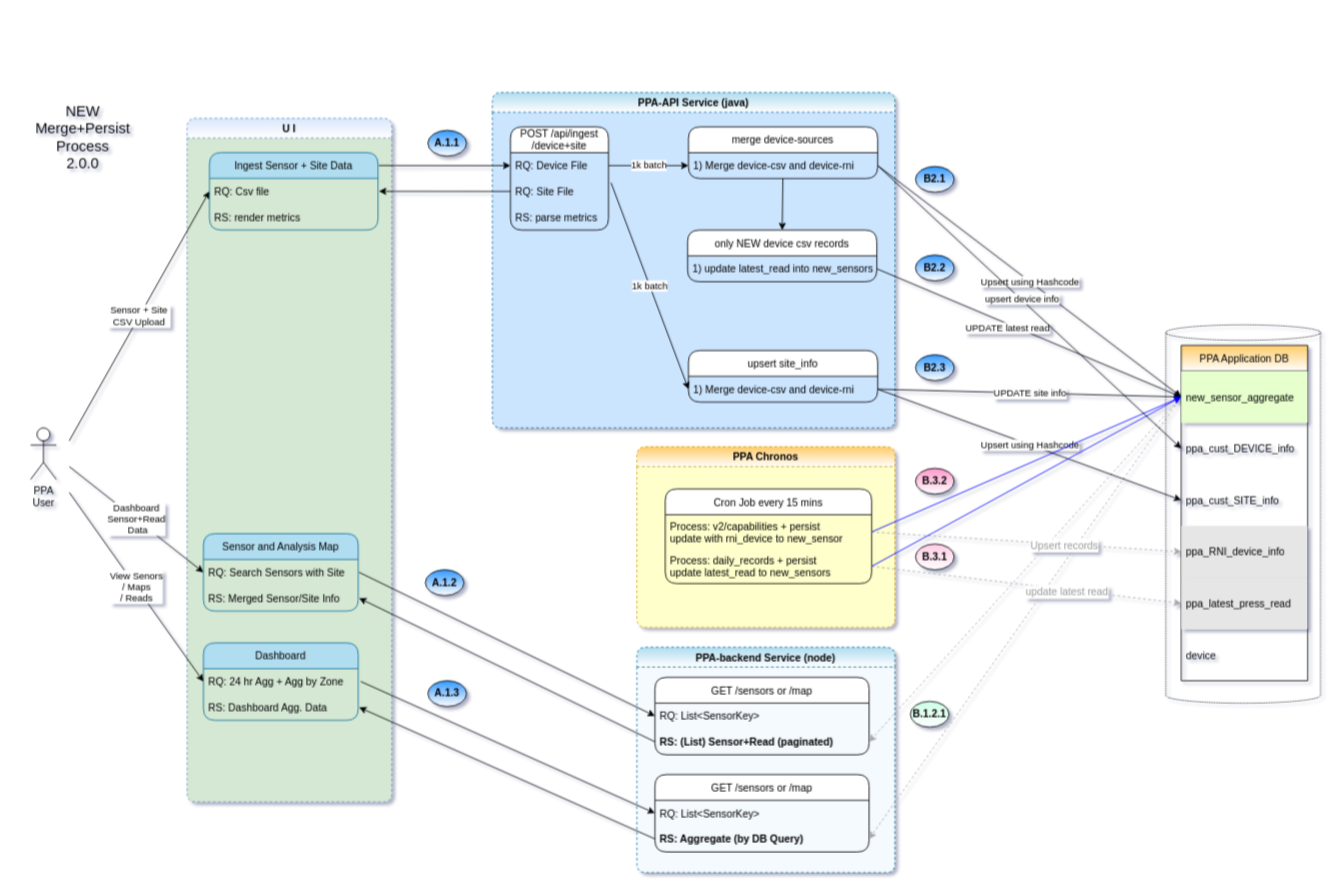
rajeshpv-common/my-drawio keeps this draw.io diagram as ppa/sensor-agg-MERGE-PERSIST-v1.drawio. Above is the earlier version. Source tidied: cells renumbered, new cells numbered last; positions are measured from the earlier drawing's top-left corner, leaving out a move shared by most shapes. Both pictures are drawn from the tidied source at 86%, with x=0, y=0 at pixel (18, 92).
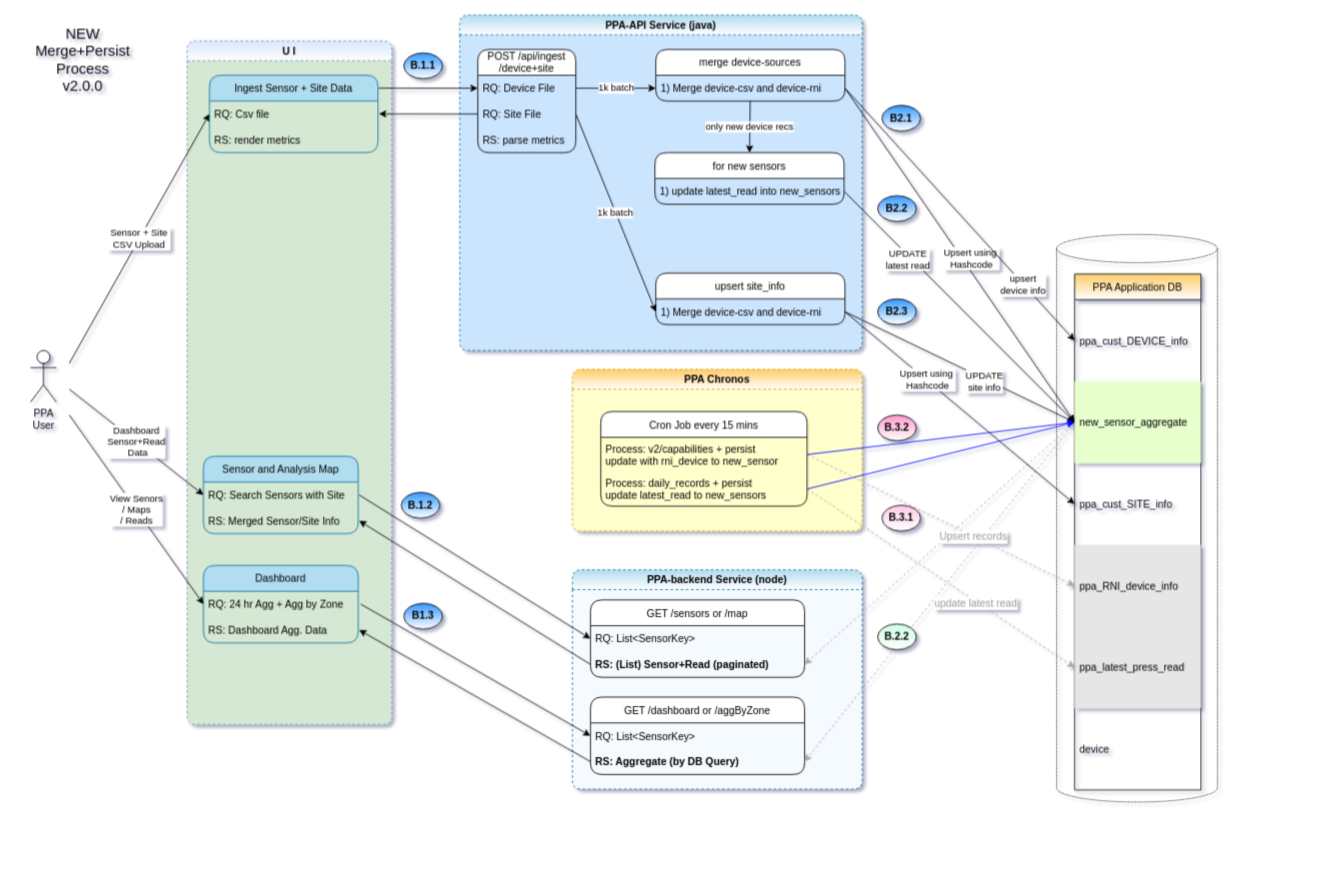
After the change.

Unchanged cells that the change refers to:
```xml
<mxCell id="5" value="RQ: List&lt;SensorKey&gt;" style="text;strokeColor=none;fillColor=none;align=left;verticalAlign=middle;spacingLeft=4;spacingRight=4;overflow=hidden;points=[[0,0.5],[1,0.5]];portConstraint=eastwest;rounded=1;" parent="4" vertex="1">
  <mxGeometry y="30" width="249" height="30" as="geometry" />
</mxCell>
<mxCell id="6" value="RS: (List) Sensor+Read (paginated) " style="text;strokeColor=none;fillColor=none;align=left;verticalAlign=middle;spacingLeft=4;spacingRight=4;overflow=hidden;points=[[0,0.5],[1,0.5]];portConstraint=eastwest;rounded=1;fontStyle=1;" parent="4" vertex="1">
  <mxGeometry y="60" width="249" height="30" as="geometry" />
</mxCell>
<mxCell id="8" value="RQ: List&lt;SensorKey&gt;" style="text;strokeColor=none;fillColor=none;align=left;verticalAlign=middle;spacingLeft=4;spacingRight=4;overflow=hidden;points=[[0,0.5],[1,0.5]];portConstraint=eastwest;rounded=1;" parent="7" vertex="1">
  <mxGeometry y="30" width="249" height="30" as="geometry" />
</mxCell>
<mxCell id="9" value="RS: Aggregate (by DB Query)" style="text;strokeColor=none;fillColor=none;align=left;verticalAlign=middle;spacingLeft=4;spacingRight=4;overflow=hidden;points=[[0,0.5],[1,0.5]];portConstraint=eastwest;rounded=1;fontStyle=1;" parent="7" vertex="1">
  <mxGeometry y="60" width="249" height="30" as="geometry" />
</mxCell>
<mxCell id="12" value="RQ: Device File" style="text;strokeColor=none;fillColor=none;align=left;verticalAlign=middle;spacingLeft=4;spacingRight=4;overflow=hidden;points=[[0,0.5],[1,0.5]];portConstraint=eastwest;rounded=1;" parent="11" vertex="1">
  <mxGeometry y="30" width="114" height="30" as="geometry" />
</mxCell>
<mxCell id="13" value="RQ: Site File" style="text;strokeColor=none;fillColor=none;align=left;verticalAlign=middle;spacingLeft=4;spacingRight=4;overflow=hidden;points=[[0,0.5],[1,0.5]];portConstraint=eastwest;rounded=1;" parent="11" vertex="1">
  <mxGeometry y="60" width="114" height="30" as="geometry" />
</mxCell>
<mxCell id="16" value="1) Merge device-csv and device-rni" style="text;strokeColor=none;fillColor=none;align=left;verticalAlign=middle;spacingLeft=4;spacingRight=4;overflow=hidden;points=[[0,0.5],[1,0.5]];portConstraint=eastwest;rounded=1;" parent="15" vertex="1">
  <mxGeometry y="30" width="220" height="30" as="geometry" />
</mxCell>
<mxCell id="19" value="1) update latest_read into new_sensors" style="text;strokeColor=none;fillColor=none;align=left;verticalAlign=middle;spacingLeft=4;spacingRight=4;overflow=hidden;points=[[0,0.5],[1,0.5]];portConstraint=eastwest;rounded=1;" parent="18" vertex="1">
  <mxGeometry y="30" width="220" height="30" as="geometry" />
</mxCell>
<mxCell id="21" value="1) Merge device-csv and device-rni" style="text;strokeColor=none;fillColor=none;align=left;verticalAlign=middle;spacingLeft=4;spacingRight=4;overflow=hidden;points=[[0,0.5],[1,0.5]];portConstraint=eastwest;rounded=1;" parent="20" vertex="1">
  <mxGeometry y="30" width="220" height="30" as="geometry" />
</mxCell>
<mxCell id="29" value="RQ: Search Sensors with Site" style="text;strokeColor=none;fillColor=none;align=left;verticalAlign=middle;spacingLeft=4;spacingRight=4;overflow=hidden;points=[[0,0.5],[1,0.5]];portConstraint=eastwest;rounded=1;" parent="28" vertex="1">
  <mxGeometry y="30" width="180" height="30" as="geometry" />
</mxCell>
<mxCell id="32" value="RQ: 24 hr Agg + Agg by Zone" style="text;strokeColor=none;fillColor=none;align=left;verticalAlign=middle;spacingLeft=4;spacingRight=4;overflow=hidden;points=[[0,0.5],[1,0.5]];portConstraint=eastwest;rounded=1;" parent="31" vertex="1">
  <mxGeometry y="30" width="180" height="30" as="geometry" />
</mxCell>
```

The edit, as a diff of the source:
```diff
@@
-    <mxCell id="2" style="shape=cylinder3;whiteSpace=wrap;html=1;boundedLbl=1;backgroundOutline=1;size=9;strokeColor=default;fillColor=none;gradientColor=#ffffff;dashed=1;dashPattern=1 1;" parent="1" vertex="1">
-      <mxGeometry x="1334" y="270" width="180" height="440" as="geometry" />
+    <mxCell id="2" style="shape=cylinder3;whiteSpace=wrap;html=1;boundedLbl=1;backgroundOutline=1;size=16.4000244140625;strokeColor=default;fillColor=none;gradientColor=#ffffff;dashed=1;dashPattern=1 1;" parent="1" vertex="1">
+      <mxGeometry x="1207" y="165" width="187" height="660" as="geometry" />
     </mxCell>
     <mxCell id="3" value="PPA-backend Service (node)" style="swimlane;rounded=1;dashed=1;fillColor=#b1ddf0;strokeColor=#10739e;swimlaneFillColor=#F5FAFF;gradientColor=#ffffff;" parent="1" vertex="1">
-      <mxGeometry x="719" y="645" width="300" height="262" as="geometry" />
+      <mxGeometry x="644" y="555" width="337" height="255" as="geometry" />
     </mxCell>
@@
-    <mxCell id="7" value="GET /sensors or /map" style="swimlane;fontStyle=0;horizontal=1;startSize=30;rounded=1;" parent="3" vertex="1">
+    <mxCell id="7" value="GET /dashboard or /aggByZone" style="swimlane;fontStyle=0;horizontal=1;startSize=30;rounded=1;" parent="3" vertex="1">
       <mxGeometry x="21" y="148" width="249" height="90" as="geometry" />
     </mxCell>
@@
     <mxCell id="10" value="PPA-API Service (java)" style="swimlane;rounded=1;dashed=1;fillColor=#b1ddf0;strokeColor=#10739e;swimlaneFillColor=#CCE5FF;gradientColor=#ffffff;" parent="1" vertex="1">
-      <mxGeometry x="551" width="468" height="390" as="geometry" />
+      <mxGeometry x="513" y="-90" width="468" height="390" as="geometry" />
     </mxCell>
@@
-    <mxCell id="18" value="only NEW device csv records" style="swimlane;fontStyle=0;horizontal=1;startSize=30;rounded=1;" parent="10" vertex="1">
+    <mxCell id="18" value="for new sensors" style="swimlane;fontStyle=0;horizontal=1;startSize=30;rounded=1;" parent="10" vertex="1">
       <mxGeometry x="227" y="160" width="220" height="60" as="geometry" />
     </mxCell>
@@
-    <mxCell id="22" style="endArrow=classic;html=1;rounded=0;entryX=0.5;entryY=0;entryDx=0;entryDy=0;" parent="10" edge="1" source="16" target="18">
+    <mxCell id="22" value="only new device recs" style="endArrow=classic;html=1;rounded=0;entryX=0.5;entryY=0;entryDx=0;entryDy=0;" parent="10" edge="1" source="16" target="18">
       <mxGeometry relative="1" as="geometry" />
     </mxCell>
+    <mxCell id="63" value="1k batch" style="endArrow=classic;html=1;rounded=0;entryX=0;entryY=0.5;entryDx=0;entryDy=0;exitX=1;exitY=0.5;exitDx=0;exitDy=0;" parent="10" edge="1" source="13" target="21">
+      <mxGeometry relative="1" as="geometry" />
+    </mxCell>
     <mxCell id="23" value="U I" style="swimlane;rounded=1;dashed=1;fillColor=#dae8fc;strokeColor=#6c8ebf;gradientColor=#ffffff;swimlaneFillColor=#D5E8D4;" parent="1" vertex="1">
-      <mxGeometry x="196" y="30" width="238" height="795" as="geometry" />
+      <mxGeometry x="196" y="-60" width="238" height="795" as="geometry" />
     </mxCell>
@@
     <mxCell id="34" value="PPA &lt;br&gt;User" style="shape=umlActor;verticalLabelPosition=bottom;verticalAlign=top;html=1;rounded=1;" parent="1" vertex="1">
-      <mxGeometry x="14" y="390" width="30" height="60" as="geometry" />
+      <mxGeometry x="14" y="300" width="30" height="60" as="geometry" />
     </mxCell>
     <mxCell id="35" style="endArrow=classic;html=1;rounded=0;entryX=0;entryY=0.5;entryDx=0;entryDy=0;exitX=1;exitY=0.5;exitDx=0;exitDy=0;" parent="1" edge="1" target="12">
       <mxGeometry relative="1" as="geometry">
-        <mxPoint x="419" y="84.9" as="sourcePoint" />
+        <mxPoint x="419" y="-5.1" as="sourcePoint" />
       </mxGeometry>
     </mxCell>
     <mxCell id="36" style="endArrow=classic;html=1;rounded=0;entryX=1;entryY=0.5;entryDx=0;entryDy=0;exitX=0;exitY=0.5;exitDx=0;exitDy=0;" parent="1" edge="1" source="13">
       <mxGeometry relative="1" as="geometry">
-        <mxPoint x="419" y="114.9" as="targetPoint" />
+        <mxPoint x="419" y="24.9" as="targetPoint" />
       </mxGeometry>
     </mxCell>
     <mxCell id="37" value="View Senors&lt;br&gt;/ Maps&lt;br&gt;/ Reads" style="endArrow=classic;html=1;rounded=0;entryX=0;entryY=0.5;entryDx=0;entryDy=0;" parent="1" edge="1" target="32">
       <mxGeometry relative="1" as="geometry">
-        <mxPoint x="59" y="465" as="sourcePoint" />
+        <mxPoint x="59" y="375" as="sourcePoint" />
       </mxGeometry>
     </mxCell>
-    <mxCell id="38" value="&lt;b&gt;A.1.1&lt;/b&gt;" style="ellipse;whiteSpace=wrap;html=1;gradientColor=#ffffff;fillColor=#3399FF;" parent="1" vertex="1">
-      <mxGeometry x="476" y="44" width="45" height="30" as="geometry" />
+    <mxCell id="38" value="&lt;b&gt;B.1.1&lt;/b&gt;" style="ellipse;whiteSpace=wrap;html=1;gradientColor=#ffffff;fillColor=#3399FF;" parent="1" vertex="1">
+      <mxGeometry x="448" y="-46" width="45" height="30" as="geometry" />
     </mxCell>
-    <mxCell id="39" value="&lt;b&gt;A.1.2&lt;/b&gt;" style="ellipse;whiteSpace=wrap;html=1;gradientColor=#ffffff;fillColor=#3399FF;" parent="1" vertex="1">
-      <mxGeometry x="473" y="555" width="45" height="30" as="geometry" />
+    <mxCell id="39" value="&lt;b&gt;B.1.2&lt;/b&gt;" style="ellipse;whiteSpace=wrap;html=1;gradientColor=#ffffff;fillColor=#3399FF;" parent="1" vertex="1">
+      <mxGeometry x="445" y="465" width="45" height="30" as="geometry" />
     </mxCell>
     <mxCell id="40" style="endArrow=classic;html=1;rounded=0;entryX=0;entryY=0.5;entryDx=0;entryDy=0;exitX=1;exitY=0.5;exitDx=0;exitDy=0;" parent="1" edge="1" target="5">
       <mxGeometry relative="1" as="geometry">
-        <mxPoint x="396" y="558" as="sourcePoint" />
+        <mxPoint x="396" y="468" as="sourcePoint" />
       </mxGeometry>
     </mxCell>
     <mxCell id="41" style="endArrow=classic;html=1;rounded=0;entryX=1;entryY=0.5;entryDx=0;entryDy=0;exitX=0;exitY=0.5;exitDx=0;exitDy=0;" parent="1" edge="1" source="6">
       <mxGeometry relative="1" as="geometry">
-        <mxPoint x="396" y="588" as="targetPoint" />
+        <mxPoint x="396" y="498" as="targetPoint" />
       </mxGeometry>
     </mxCell>
     <mxCell id="42" value="PPA Chronos" style="swimlane;rounded=1;dashed=1;fillColor=#FFCD69;strokeColor=#d79b00;swimlaneFillColor=#FFFFCC;gradientColor=#ffffff;" parent="1" vertex="1">
-      <mxGeometry x="719" y="412" width="300" height="210" as="geometry" />
+      <mxGeometry x="644" y="322" width="337" height="188" as="geometry" />
     </mxCell>
@@
     <mxCell id="46" value="PPA Application DB" style="swimlane;fontStyle=0;horizontal=1;startSize=30;fillColor=#FFCD69;gradientColor=#ffffff;" parent="1" vertex="1">
-      <mxGeometry x="1352" y="294" width="147" height="390" as="geometry" />
+      <mxGeometry x="1228" y="211" width="147" height="600" as="geometry" />
     </mxCell>
+    <mxCell id="48" value="ppa_cust_DEVICE_info" style="text;strokeColor=none;fillColor=none;align=left;verticalAlign=middle;spacingLeft=4;spacingRight=4;overflow=hidden;points=[[0,0.5],[1,0.5]];portConstraint=eastwest;spacingBottom=5;spacingTop=5;" parent="46" vertex="1">
+      <mxGeometry y="30" width="147" height="95" as="geometry" />
+    </mxCell>
     <mxCell id="47" value="new_sensor_aggregate" style="text;strokeColor=none;fillColor=#E6FFCC;align=left;verticalAlign=middle;spacingLeft=4;spacingRight=4;overflow=hidden;points=[[0,0.5],[1,0.5]];portConstraint=eastwest;spacingBottom=5;spacingTop=5;" parent="46" vertex="1">
-      <mxGeometry y="30" width="147" height="60" as="geometry" />
+      <mxGeometry y="125" width="147" height="95" as="geometry" />
     </mxCell>
-    <mxCell id="48" value="ppa_cust_DEVICE_info" style="text;strokeColor=none;fillColor=none;align=left;verticalAlign=middle;spacingLeft=4;spacingRight=4;overflow=hidden;points=[[0,0.5],[1,0.5]];portConstraint=eastwest;spacingBottom=5;spacingTop=5;" parent="46" vertex="1">
-      <mxGeometry y="90" width="147" height="60" as="geometry" />
-    </mxCell>
     <mxCell id="49" value="ppa_cust_SITE_info" style="text;strokeColor=none;fillColor=none;align=left;verticalAlign=middle;spacingLeft=4;spacingRight=4;overflow=hidden;points=[[0,0.5],[1,0.5]];portConstraint=eastwest;spacingBottom=5;spacingTop=5;" parent="46" vertex="1">
-      <mxGeometry y="150" width="147" height="60" as="geometry" />
+      <mxGeometry y="220" width="147" height="95" as="geometry" />
     </mxCell>
     <mxCell id="50" value="ppa_RNI_device_info" style="text;strokeColor=none;fillColor=#E6E6E6;align=left;verticalAlign=middle;spacingLeft=4;spacingRight=4;overflow=hidden;points=[[0,0.5],[1,0.5]];portConstraint=eastwest;spacingBottom=5;spacingTop=5;" parent="46" vertex="1">
-      <mxGeometry y="210" width="147" height="60" as="geometry" />
+      <mxGeometry y="315" width="147" height="95" as="geometry" />
     </mxCell>
     <mxCell id="51" value="ppa_latest_press_read" style="text;strokeColor=none;fillColor=#E6E6E6;align=left;verticalAlign=middle;spacingLeft=4;spacingRight=4;overflow=hidden;points=[[0,0.5],[1,0.5]];portConstraint=eastwest;spacingBottom=5;spacingTop=5;" parent="46" vertex="1">
-      <mxGeometry y="270" width="147" height="60" as="geometry" />
+      <mxGeometry y="410" width="147" height="95" as="geometry" />
     </mxCell>
     <mxCell id="52" value="device" style="text;strokeColor=none;fillColor=none;align=left;verticalAlign=middle;spacingLeft=4;spacingRight=4;overflow=hidden;spacingBottom=5;spacingTop=5;" parent="46" vertex="1">
-      <mxGeometry y="330" width="147" height="60" as="geometry" />
+      <mxGeometry y="505" width="147" height="95" as="geometry" />
     </mxCell>
     <mxCell id="53" value="&lt;b&gt;B2.1&lt;br&gt;&lt;/b&gt;" style="ellipse;whiteSpace=wrap;html=1;gradientColor=#ffffff;fillColor=#3399FF;" parent="1" vertex="1">
-      <mxGeometry x="1043" y="86" width="45" height="30" as="geometry" />
+      <mxGeometry x="1004" y="15" width="45" height="30" as="geometry" />
     </mxCell>
     <mxCell id="54" value="&lt;b&gt;B.3.1&lt;br&gt;&lt;/b&gt;" style="ellipse;whiteSpace=wrap;html=1;gradientColor=#ffffff;fillColor=#FFCCE6;" parent="1" vertex="1">
-      <mxGeometry x="1043" y="525" width="45" height="30" as="geometry" />
+      <mxGeometry x="1004" y="480" width="45" height="30" as="geometry" />
     </mxCell>
-    <mxCell id="55" value="NEW &lt;br&gt;Merge+Persist&lt;br&gt;Process &lt;br style=&quot;font-size: 17px&quot;&gt;2.0.0" style="text;html=1;strokeColor=none;fillColor=none;align=center;verticalAlign=middle;whiteSpace=wrap;rounded=0;dashed=1;dashPattern=1 1;fontSize=17;shadow=1;sketch=0;" parent="1" vertex="1">
-      <mxGeometry y="30" width="150" height="45" as="geometry" />
+    <mxCell id="55" value="NEW &lt;br&gt;Merge+Persist&lt;br&gt;Process &lt;br style=&quot;font-size: 17px&quot;&gt;v2.0.0" style="text;html=1;strokeColor=none;fillColor=none;align=center;verticalAlign=middle;whiteSpace=wrap;rounded=0;dashed=1;dashPattern=1 1;fontSize=17;shadow=1;sketch=0;" parent="1" vertex="1">
+      <mxGeometry y="-60" width="150" height="45" as="geometry" />
     </mxCell>
     <mxCell id="56" value="Dashboard &lt;br&gt;Sensor+Read&lt;br&gt;&amp;nbsp;Data" style="endArrow=classic;html=1;rounded=0;entryX=0;entryY=0.5;entryDx=0;entryDy=0;" parent="1" edge="1" target="29">
       <mxGeometry relative="1" as="geometry">
-        <mxPoint x="59" y="435" as="sourcePoint" />
+        <mxPoint x="59" y="345" as="sourcePoint" />
       </mxGeometry>
     </mxCell>
     <mxCell id="57" style="endArrow=classic;html=1;rounded=0;entryX=0;entryY=0.5;entryDx=0;entryDy=0;exitX=1;exitY=0.5;exitDx=0;exitDy=0;" parent="1" edge="1" target="8">
       <mxGeometry relative="1" as="geometry">
-        <mxPoint x="398" y="685" as="sourcePoint" />
+        <mxPoint x="398" y="595" as="sourcePoint" />
       </mxGeometry>
     </mxCell>
     <mxCell id="58" style="endArrow=classic;html=1;rounded=0;entryX=1;entryY=0.5;entryDx=0;entryDy=0;exitX=0;exitY=0.5;exitDx=0;exitDy=0;" parent="1" edge="1" source="9">
       <mxGeometry relative="1" as="geometry">
-        <mxPoint x="396" y="715" as="targetPoint" />
+        <mxPoint x="396" y="625" as="targetPoint" />
       </mxGeometry>
     </mxCell>
@@
-    <mxCell id="61" value="Upsert&amp;nbsp;using&amp;nbsp;Hashcode" style="endArrow=classic;html=1;rounded=0;entryX=0;entryY=0.5;entryDx=0;entryDy=0;exitX=1;exitY=0.5;exitDx=0;exitDy=0;" parent="1" edge="1" source="16" target="47">
-      <mxGeometry relative="1" as="geometry" />
+    <mxCell id="61" value="Upsert&amp;nbsp;using&amp;nbsp;&lt;br&gt;Hashcode" style="endArrow=classic;html=1;rounded=0;entryX=0;entryY=0.5;entryDx=0;entryDy=0;exitX=1;exitY=0.5;exitDx=0;exitDy=0;" parent="1" edge="1" source="16" target="47">
+      <mxGeometry x="0.05" y="9" relative="1" as="geometry" />
     </mxCell>
-    <mxCell id="62" value="UPDATE latest read" style="endArrow=classic;html=1;rounded=0;entryX=0;entryY=0.5;entryDx=0;entryDy=0;exitX=1;exitY=0.5;exitDx=0;exitDy=0;" parent="1" edge="1" source="19" target="47">
-      <mxGeometry x="-0.13" y="-5" relative="1" as="geometry" />
+    <mxCell id="62" value="UPDATE &lt;br&gt;latest read" style="endArrow=classic;html=1;rounded=0;entryX=0;entryY=0.5;entryDx=0;entryDy=0;exitX=1;exitY=0.5;exitDx=0;exitDy=0;" parent="1" edge="1" source="19" target="47">
+      <mxGeometry x="-0.43" y="-3" relative="1" as="geometry" />
     </mxCell>
-    <mxCell id="63" value="1k batch" style="endArrow=classic;html=1;rounded=0;entryX=0;entryY=0.5;entryDx=0;entryDy=0;" parent="1" edge="1" target="21">
-      <mxGeometry relative="1" as="geometry">
-        <mxPoint x="689" y="105" as="sourcePoint" />
-      </mxGeometry>
-    </mxCell>
-    <mxCell id="64" value="UPDATE site info" style="endArrow=classic;html=1;rounded=0;exitX=1;exitY=0.5;exitDx=0;exitDy=0;entryX=0;entryY=0.5;entryDx=0;entryDy=0;" parent="1" edge="1" source="21" target="47">
-      <mxGeometry relative="1" as="geometry" />
+    <mxCell id="64" value="UPDATE &lt;br&gt;site info" style="endArrow=classic;html=1;rounded=0;exitX=1;exitY=0.5;exitDx=0;exitDy=0;entryX=0;entryY=0.5;entryDx=0;entryDy=0;" parent="1" edge="1" source="21" target="47">
+      <mxGeometry x="0.22" y="-3" relative="1" as="geometry" />
     </mxCell>
-    <mxCell id="65" value="Upsert&amp;nbsp;using&amp;nbsp;Hashcode" style="endArrow=classic;html=1;rounded=0;entryX=0;entryY=0.5;entryDx=0;entryDy=0;exitX=1;exitY=0.5;exitDx=0;exitDy=0;" parent="1" edge="1" source="21" target="49">
-      <mxGeometry relative="1" as="geometry" />
+    <mxCell id="65" value="Upsert&amp;nbsp;using&amp;nbsp;&lt;br&gt;Hashcode" style="endArrow=classic;html=1;rounded=0;entryX=0;entryY=0.5;entryDx=0;entryDy=0;exitX=1;exitY=0.5;exitDx=0;exitDy=0;" parent="1" edge="1" source="21" target="49">
+      <mxGeometry x="-0.29" y="1" relative="1" as="geometry" />
     </mxCell>
-    <mxCell id="66" value="upsert device info" style="endArrow=classic;html=1;rounded=0;exitX=1;exitY=0.5;exitDx=0;exitDy=0;entryX=0;entryY=0.5;entryDx=0;entryDy=0;" parent="1" edge="1" source="16" target="48">
-      <mxGeometry x="-0.05" y="1" relative="1" as="geometry" />
+    <mxCell id="66" value="upsert &lt;br&gt;device info" style="endArrow=classic;html=1;rounded=0;exitX=1;exitY=0.5;exitDx=0;exitDy=0;entryX=0;entryY=0.5;entryDx=0;entryDy=0;" parent="1" edge="1" source="16" target="48">
+      <mxGeometry x="0.56" y="-1" relative="1" as="geometry" />
     </mxCell>
     <mxCell id="67" value="&lt;b&gt;B2.2&lt;br&gt;&lt;/b&gt;" style="ellipse;whiteSpace=wrap;html=1;gradientColor=#ffffff;fillColor=#3399FF;" parent="1" vertex="1">
-      <mxGeometry x="1043" y="189" width="45" height="30" as="geometry" />
+      <mxGeometry x="999" y="120" width="45" height="30" as="geometry" />
     </mxCell>
     <mxCell id="68" value="&lt;b&gt;B2.3&lt;br&gt;&lt;/b&gt;" style="ellipse;whiteSpace=wrap;html=1;gradientColor=#ffffff;fillColor=#3399FF;" parent="1" vertex="1">
-      <mxGeometry x="1043" y="305" width="45" height="30" as="geometry" />
+      <mxGeometry x="999" y="240" width="45" height="30" as="geometry" />
     </mxCell>
@@
-    <mxCell id="75" value="&lt;b&gt;A.1.3&lt;/b&gt;" style="ellipse;whiteSpace=wrap;html=1;gradientColor=#ffffff;fillColor=#3399FF;" parent="1" vertex="1">
-      <mxGeometry x="476" y="684" width="45" height="30" as="geometry" />
+    <mxCell id="75" value="&lt;b&gt;B1.3&lt;/b&gt;" style="ellipse;whiteSpace=wrap;html=1;gradientColor=#ffffff;fillColor=#3399FF;" parent="1" vertex="1">
+      <mxGeometry x="448" y="594" width="45" height="30" as="geometry" />
     </mxCell>
     <mxCell id="76" value="&lt;b&gt;B.3.2&lt;br&gt;&lt;/b&gt;" style="ellipse;whiteSpace=wrap;html=1;gradientColor=#ffffff;fillColor=#FF99CC;" parent="1" vertex="1">
-      <mxGeometry x="1043" y="437" width="45" height="30" as="geometry" />
+      <mxGeometry x="999" y="375" width="45" height="30" as="geometry" />
     </mxCell>
-    <mxCell id="77" value="&lt;b&gt;B.1.2.1&lt;/b&gt;" style="ellipse;whiteSpace=wrap;html=1;gradientColor=#ffffff;fillColor=#CCFFE6;" parent="1" vertex="1">
-      <mxGeometry x="1037" y="708" width="45" height="30" as="geometry" />
+    <mxCell id="77" value="&lt;b&gt;B.2.2&lt;/b&gt;" style="ellipse;whiteSpace=wrap;html=1;gradientColor=#ffffff;fillColor=#CCFFE6;" parent="1" vertex="1">
+      <mxGeometry x="999" y="618" width="45" height="30" as="geometry" />
     </mxCell>
```
